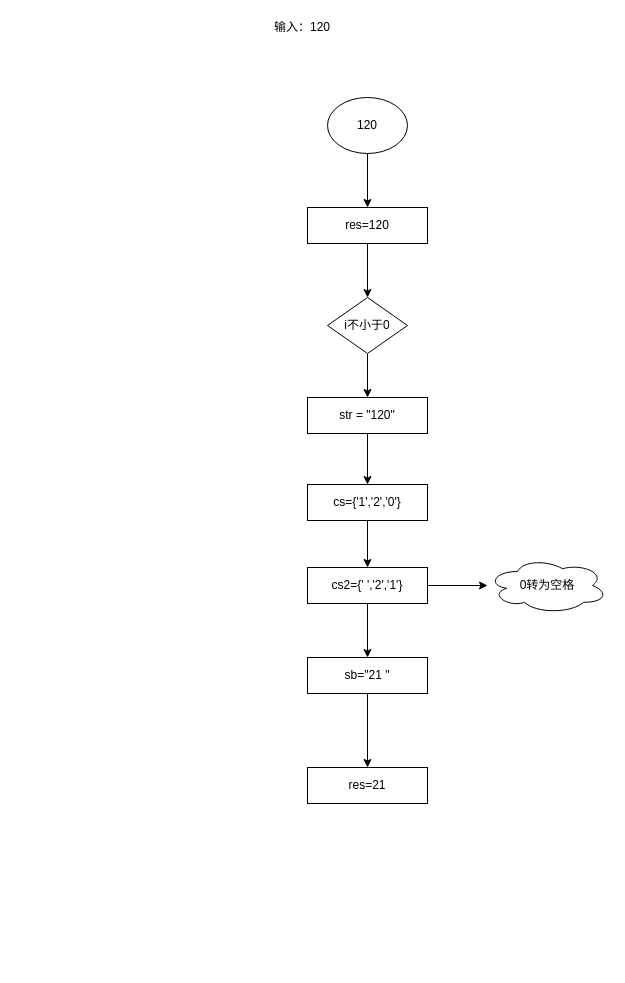
The draw.io diagram Untitled Diagram.drawio in DaMingYue/Test, before the edit. Source tidied: cells renumbered, new cells numbered last; positions are measured from the earlier drawing's top-left corner, leaving out a move shared by most shapes. Both pictures are drawn from the tidied source at 100%, with x=0, y=0 at pixel (257, 17).
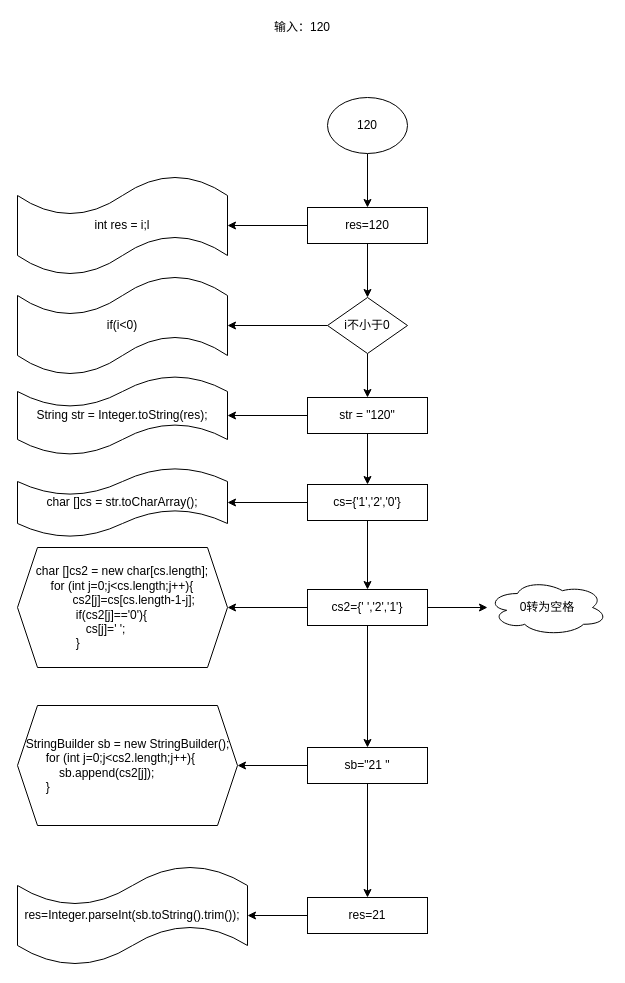
The same page after the edit.

The change refers to these unchanged cells:
```xml
<mxCell id="6" value="res=120" style="whiteSpace=wrap;html=1;" parent="1" vertex="1">
  <mxGeometry x="50" y="190" width="120" height="36" as="geometry" />
</mxCell>
<mxCell id="8" value="i不小于0" style="rhombus;whiteSpace=wrap;html=1;" parent="1" vertex="1">
  <mxGeometry x="70" y="280" width="80" height="56" as="geometry" />
</mxCell>
<mxCell id="10" value="str = &quot;120&quot;" style="whiteSpace=wrap;html=1;" parent="1" vertex="1">
  <mxGeometry x="50" y="380" width="120" height="36" as="geometry" />
</mxCell>
<mxCell id="12" value="cs={'1','2','0'}" style="whiteSpace=wrap;html=1;" parent="1" vertex="1">
  <mxGeometry x="50" y="467" width="120" height="36" as="geometry" />
</mxCell>
```

The edit, as a diff of the source:
```diff
@@
+    <mxCell id="20" style="edgeStyle=orthogonalEdgeStyle;rounded=0;jettySize=auto;html=1;" parent="1" edge="1" source="6">
+      <mxGeometry relative="1" as="geometry">
+        <mxPoint x="-30" y="208" as="targetPoint" />
+      </mxGeometry>
+    </mxCell>
@@
+    <mxCell id="21" style="edgeStyle=orthogonalEdgeStyle;rounded=0;jettySize=auto;html=1;" parent="1" edge="1" source="8" target="28">
+      <mxGeometry relative="1" as="geometry" />
+    </mxCell>
@@
+    <mxCell id="22" style="edgeStyle=orthogonalEdgeStyle;rounded=0;jettySize=auto;html=1;" parent="1" edge="1" source="10" target="29">
+      <mxGeometry relative="1" as="geometry" />
+    </mxCell>
@@
+    <mxCell id="23" style="edgeStyle=orthogonalEdgeStyle;rounded=0;jettySize=auto;html=1;" parent="1" edge="1" source="12" target="30">
+      <mxGeometry relative="1" as="geometry" />
+    </mxCell>
@@
+    <mxCell id="24" style="edgeStyle=orthogonalEdgeStyle;rounded=0;jettySize=auto;html=1;" parent="1" edge="1" source="15" target="31">
+      <mxGeometry relative="1" as="geometry" />
+    </mxCell>
     <mxCell id="15" value="cs2={' ','2','1'}" style="whiteSpace=wrap;html=1;" parent="1" vertex="1">
-      <mxGeometry x="50" y="550" width="120" height="36" as="geometry" />
+      <mxGeometry x="50" y="572" width="120" height="36" as="geometry" />
     </mxCell>
@@
+    <mxCell id="25" style="edgeStyle=orthogonalEdgeStyle;rounded=0;jettySize=auto;html=1;" parent="1" edge="1" source="17" target="32">
+      <mxGeometry relative="1" as="geometry" />
+    </mxCell>
     <mxCell id="17" value="sb=&quot;21 &quot;" style="whiteSpace=wrap;html=1;" parent="1" vertex="1">
-      <mxGeometry x="50" y="640" width="120" height="36" as="geometry" />
+      <mxGeometry x="50" y="730" width="120" height="36" as="geometry" />
     </mxCell>
     <mxCell id="18" value="0转为空格" style="ellipse;shape=cloud;whiteSpace=wrap;html=1;" parent="1" vertex="1">
-      <mxGeometry x="230" y="540" width="120" height="56" as="geometry" />
+      <mxGeometry x="230" y="562" width="120" height="56" as="geometry" />
     </mxCell>
+    <mxCell id="26" style="edgeStyle=orthogonalEdgeStyle;rounded=0;jettySize=auto;html=1;" parent="1" edge="1" source="19" target="33">
+      <mxGeometry relative="1" as="geometry" />
+    </mxCell>
     <mxCell id="19" value="res=21" style="whiteSpace=wrap;html=1;" parent="1" vertex="1">
-      <mxGeometry x="50" y="750" width="120" height="36" as="geometry" />
+      <mxGeometry x="50" y="880" width="120" height="36" as="geometry" />
     </mxCell>
+    <mxCell id="27" value="int&amp;nbsp;res = i;l" style="shape=tape;whiteSpace=wrap;html=1;" parent="1" vertex="1">
+      <mxGeometry x="-240" y="158" width="210" height="100" as="geometry" />
+    </mxCell>
+    <mxCell id="28" value="if(i&amp;lt;0)" style="shape=tape;whiteSpace=wrap;html=1;" parent="1" vertex="1">
+      <mxGeometry x="-240" y="258" width="210" height="100" as="geometry" />
+    </mxCell>
+    <mxCell id="29" value="String str = Integer.toString(res);" style="shape=tape;whiteSpace=wrap;html=1;" parent="1" vertex="1">
+      <mxGeometry x="-240" y="358" width="210" height="80" as="geometry" />
+    </mxCell>
+    <mxCell id="30" value="char []cs = str.toCharArray();" style="shape=tape;whiteSpace=wrap;html=1;" parent="1" vertex="1">
+      <mxGeometry x="-240" y="450" width="210" height="70" as="geometry" />
+    </mxCell>
+    <mxCell id="31" value="&lt;div style=&quot;text-align: left&quot;&gt;&lt;span&gt;char []cs2 = new char[cs.length];&lt;/span&gt;&lt;/div&gt;&lt;div&gt;for (int j=0;j&amp;lt;cs.length;j++){&lt;/div&gt;&lt;div&gt;&amp;nbsp; &amp;nbsp; &amp;nbsp; &amp;nbsp;cs2[j]=cs[cs.length-1-j];&lt;/div&gt;&lt;div style=&quot;text-align: left&quot;&gt;&lt;blockquote style=&quot;margin: 0 0 0 40px ; border: none ; padding: 0px&quot;&gt;&lt;div style=&quot;text-align: left&quot;&gt;if(cs2[j]=='0'){&lt;/div&gt;&lt;div style=&quot;text-align: left&quot;&gt;&amp;nbsp; &amp;nbsp;cs[j]=' ';&lt;/div&gt;&lt;div style=&quot;text-align: left&quot;&gt;}&lt;/div&gt;&lt;/blockquote&gt;&lt;/div&gt;" style="shape=hexagon;perimeter=hexagonPerimeter2;whiteSpace=wrap;html=1;fixedSize=1;" parent="1" vertex="1">
+      <mxGeometry x="-240" y="530" width="210" height="120" as="geometry" />
+    </mxCell>
+    <mxCell id="32" value="&lt;div&gt;&amp;nbsp; StringBuilder sb = new StringBuilder();&lt;/div&gt;&lt;div&gt;&amp;nbsp; &amp;nbsp; &amp;nbsp; &amp;nbsp; for (int j=0;j&amp;lt;cs2.length;j++){&lt;/div&gt;&lt;div&gt;&amp;nbsp; &amp;nbsp; &amp;nbsp; &amp;nbsp; &amp;nbsp; &amp;nbsp; sb.append(cs2[j]);&lt;/div&gt;&lt;div&gt;&amp;nbsp; &amp;nbsp; &amp;nbsp; &amp;nbsp; }&lt;/div&gt;" style="shape=hexagon;perimeter=hexagonPerimeter2;whiteSpace=wrap;html=1;fixedSize=1;align=left;" parent="1" vertex="1">
+      <mxGeometry x="-240" y="688" width="220" height="120" as="geometry" />
+    </mxCell>
+    <mxCell id="33" value="res=Integer.parseInt(sb.toString().trim());" style="shape=tape;whiteSpace=wrap;html=1;" parent="1" vertex="1">
+      <mxGeometry x="-240" y="848" width="230" height="100" as="geometry" />
+    </mxCell>
```
